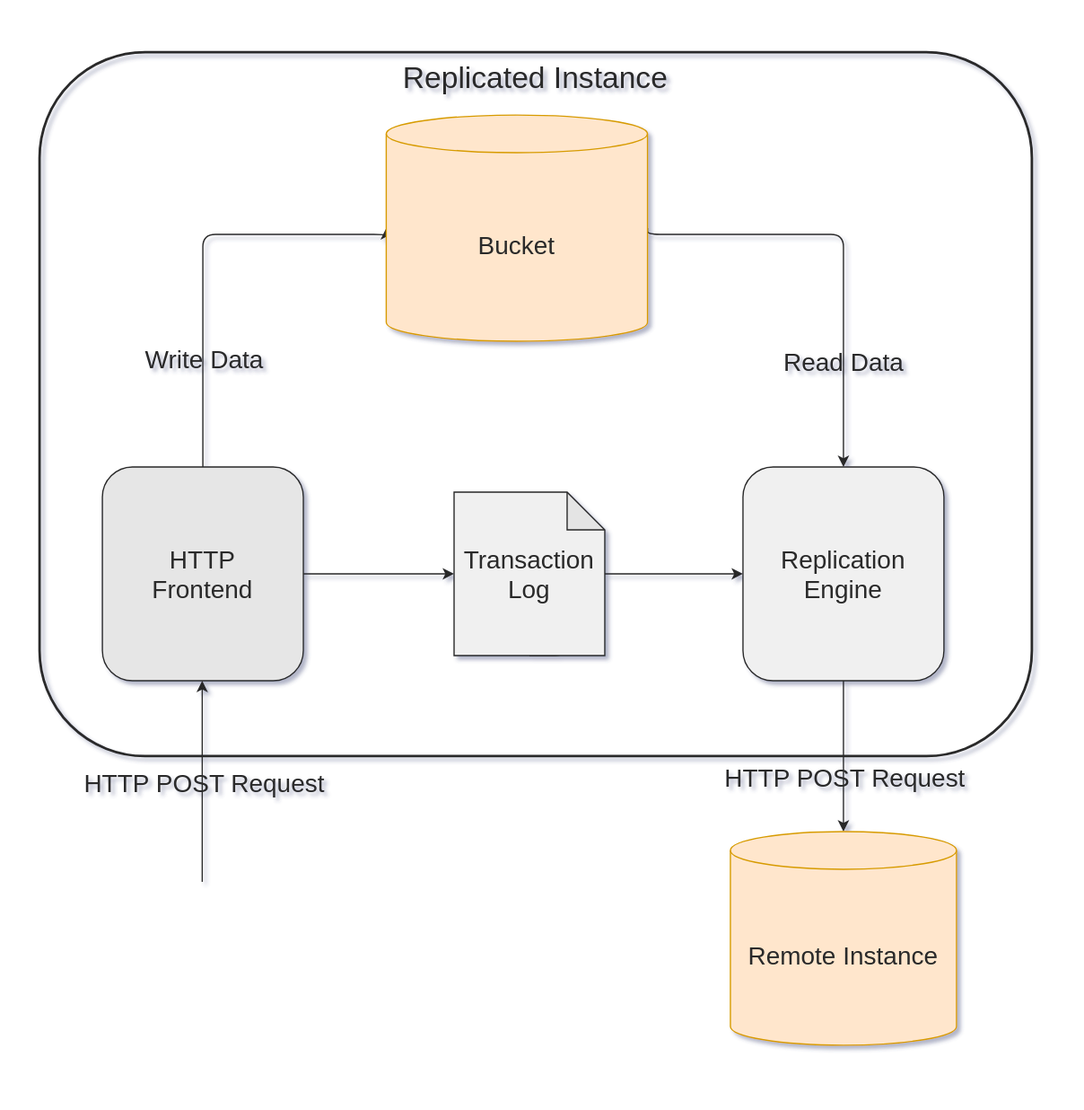
reductstore/website keeps this draw.io diagram as docs/guides/img/data_replication_diagram.svg. Above is the earlier version. Source tidied: cells renumbered, new cells last; positions are measured from the earlier drawing's top-left corner, leaving out a move shared by most shapes.
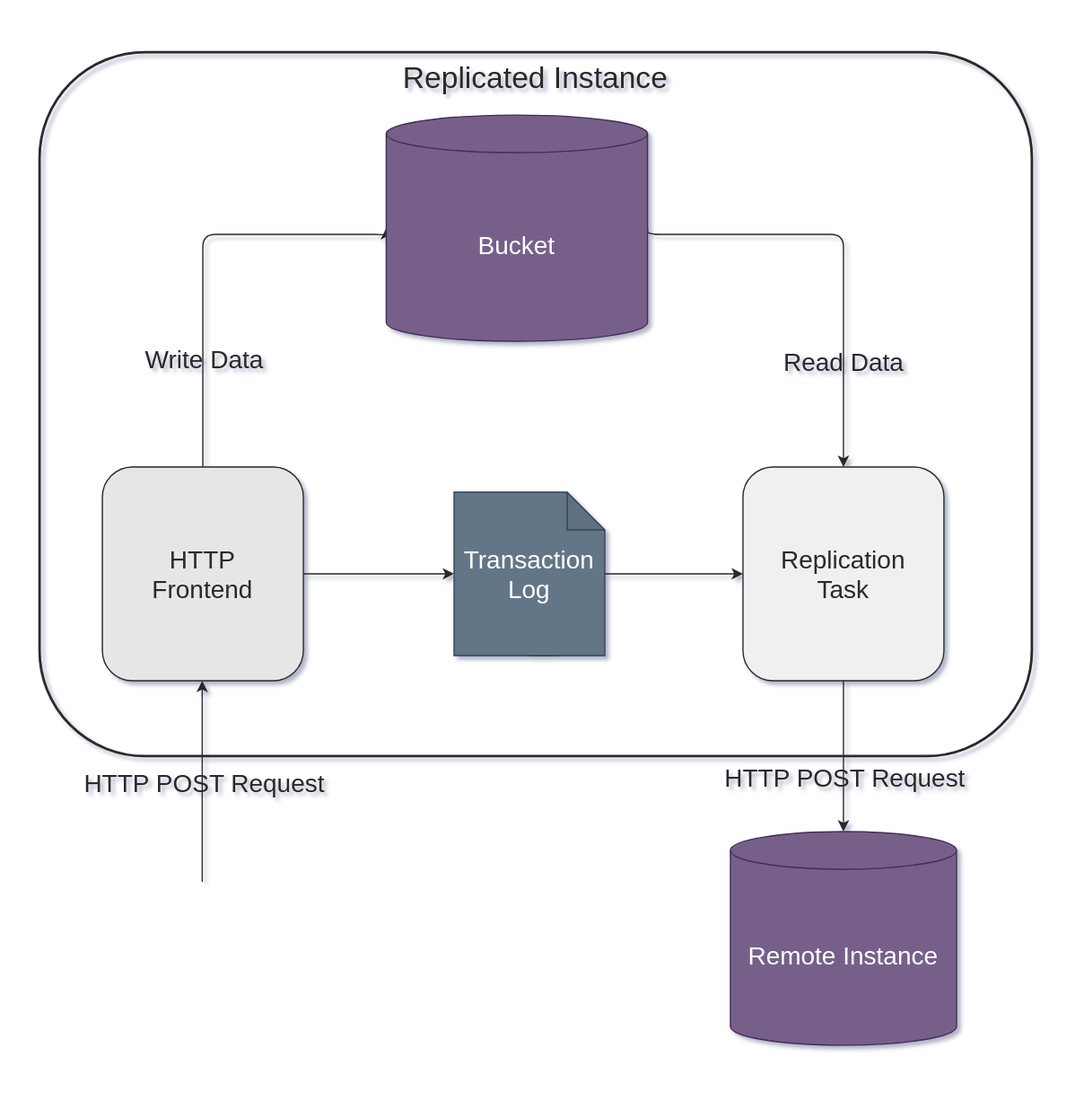
Above is the later version.

The edit, as a diff of the source:
```diff
@@ -20,7 +20,7 @@
         <mxPoint x="454" y="455" as="targetPoint" />
       </mxGeometry>
     </mxCell>
-    <mxCell id="6" value="Replication &lt;br&gt;Engine" style="rounded=1;whiteSpace=wrap;html=1;labelBackgroundColor=none;fontSize=20;align=center;verticalAlign=middle;fontColor=#292929;fillColor=#F0F0F0;strokeColor=#292929;" parent="1" vertex="1">
+    <mxCell id="6" value="Replication &lt;br&gt;Task" style="rounded=1;whiteSpace=wrap;html=1;labelBackgroundColor=none;fontSize=20;align=center;verticalAlign=middle;fontColor=#292929;fillColor=#F0F0F0;strokeColor=#292929;" parent="1" vertex="1">
       <mxGeometry x="590" y="370" width="160" height="170" as="geometry" />
     </mxCell>
     <mxCell id="7" value="HTTP&lt;br&gt;Frontend" style="rounded=1;whiteSpace=wrap;html=1;labelBackgroundColor=none;fontSize=20;align=center;verticalAlign=middle;strokeColor=#292929;fillColor=#E6E6E6;fontColor=#292929;" parent="1" vertex="1">
@@ -60,10 +60,10 @@
         <mxPoint y="29" as="offset" />
       </mxGeometry>
     </mxCell>
-    <mxCell id="15" value="&lt;font color=&quot;#292929&quot;&gt;Remote Instance&lt;/font&gt;" style="shape=cylinder3;whiteSpace=wrap;html=1;boundedLbl=1;backgroundOutline=1;size=15;labelBackgroundColor=none;fontSize=20;fillColor=#ffe6cc;strokeColor=#d79b00;rounded=1;" parent="1" vertex="1">
+    <mxCell id="15" value="&lt;font&gt;Remote Instance&lt;/font&gt;" style="shape=cylinder3;whiteSpace=wrap;html=1;boundedLbl=1;backgroundOutline=1;size=15;labelBackgroundColor=none;fontSize=20;fillColor=#76608a;strokeColor=#432D57;rounded=1;fontColor=#FFFFFF;" parent="1" vertex="1">
       <mxGeometry x="580" y="660" width="180" height="170" as="geometry" />
     </mxCell>
-    <mxCell id="16" value="Bucket" style="shape=cylinder3;whiteSpace=wrap;html=1;boundedLbl=1;backgroundOutline=1;size=15;labelBackgroundColor=none;fontSize=20;fillColor=#ffe6cc;strokeColor=#d79b00;rounded=1;fontColor=#292929;" parent="1" vertex="1">
+    <mxCell id="16" value="Bucket" style="shape=cylinder3;whiteSpace=wrap;html=1;boundedLbl=1;backgroundOutline=1;size=15;labelBackgroundColor=none;fontSize=20;fillColor=#76608a;strokeColor=#432D57;rounded=1;fontColor=#ffffff;" parent="1" vertex="1">
       <mxGeometry x="306" y="90" width="208" height="180" as="geometry" />
     </mxCell>
     <mxCell id="17" style="edgeStyle=orthogonalEdgeStyle;rounded=1;jettySize=auto;html=1;exitX=0.5;exitY=1;exitDx=0;exitDy=0;exitPerimeter=0;labelBackgroundColor=none;strokeColor=#292929;fontSize=24;fontColor=#292929;" parent="1" edge="1" source="18">
@@ -71,7 +71,7 @@
         <mxPoint x="450" y="495" as="targetPoint" />
       </mxGeometry>
     </mxCell>
-    <mxCell id="18" value="Transaction&lt;br&gt;Log" style="shape=note;whiteSpace=wrap;html=1;backgroundOutline=1;darkOpacity=0.05;labelBackgroundColor=none;fontSize=20;fillColor=#F0F0F0;fontColor=#292929;strokeColor=#292929;rounded=1;" parent="1" vertex="1">
+    <mxCell id="18" value="Transaction&lt;br&gt;Log" style="shape=note;whiteSpace=wrap;html=1;backgroundOutline=1;darkOpacity=0.05;labelBackgroundColor=none;fontSize=20;fillColor=#647687;fontColor=#ffffff;strokeColor=#314354;rounded=1;" parent="1" vertex="1">
       <mxGeometry x="360" y="390" width="120" height="130" as="geometry" />
     </mxCell>
   </root>
```
